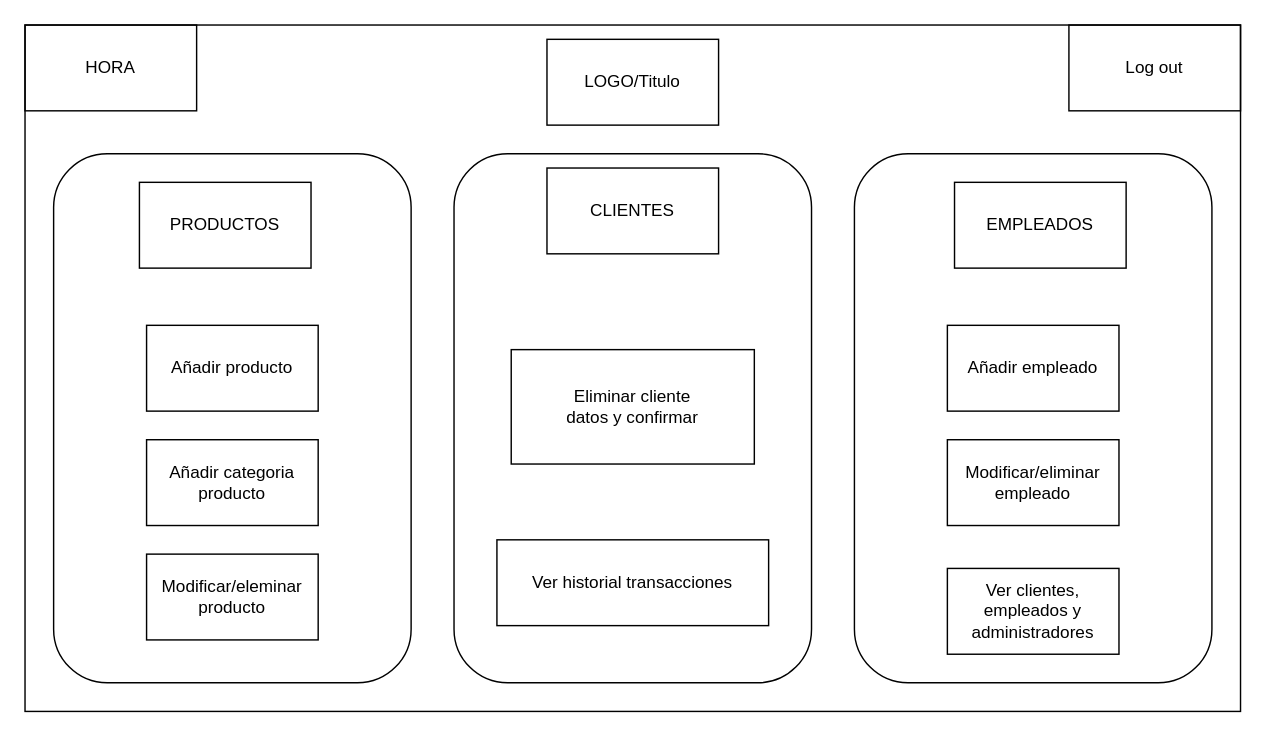
Above: page "StaffMenu" (4 of 5) of docs/UI_UX.drawio in Universidad-Europea/PharmSquare (draw.io), before the change. Source tidied: cells renumbered, new cells numbered last; positions are measured from the earlier drawing's top-left corner, leaving out a move shared by most shapes. Both pictures are drawn from the tidied source at 143%, with x=0, y=0 at pixel (24, 24).
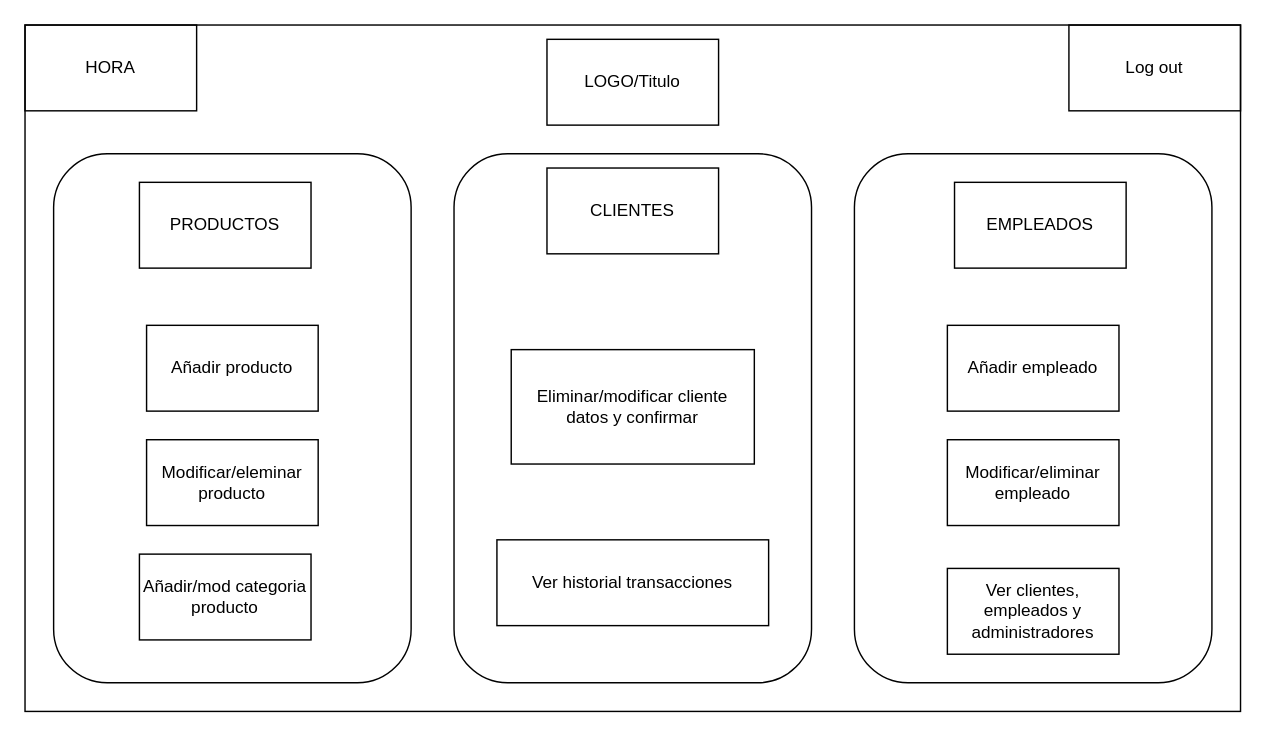
The same diagram, later.

Commit message (it also covers changes not shown here):
product backlog updated

What changed in the source:
```diff
@@
 <mxGraphModel>
   <root>
     <mxCell id="0" />
     <mxCell id="1" parent="0" />
     <mxCell id="2" style="rounded=1;whiteSpace=wrap;html=1;fillColor=none;" parent="1" vertex="1">
       <mxGeometry x="580" y="90" width="250" height="370" as="geometry" />
     </mxCell>
     <mxCell id="3" style="rounded=0;whiteSpace=wrap;html=1;fillColor=none;" parent="1" vertex="1">
       <mxGeometry width="850" height="480" as="geometry" />
     </mxCell>
     <mxCell id="4" style="rounded=1;whiteSpace=wrap;html=1;fillColor=none;" parent="1" vertex="1">
       <mxGeometry x="20" y="90" width="250" height="370" as="geometry" />
     </mxCell>
     <mxCell id="5" style="rounded=1;whiteSpace=wrap;html=1;fillColor=none;" parent="1" vertex="1">
       <mxGeometry x="300" y="90" width="250" height="370" as="geometry" />
     </mxCell>
     <mxCell id="6" value="Log out" style="rounded=0;whiteSpace=wrap;html=1;fillColor=none;" parent="1" vertex="1">
       <mxGeometry x="730" width="120" height="60" as="geometry" />
     </mxCell>
-    <mxCell id="7" value="Eliminar cliente&lt;br&gt;datos y confirmar" style="rounded=0;whiteSpace=wrap;html=1;fillColor=none;" parent="1" vertex="1">
+    <mxCell id="7" value="Eliminar/modificar cliente&lt;br&gt;datos y confirmar" style="rounded=0;whiteSpace=wrap;html=1;fillColor=none;" parent="1" vertex="1">
       <mxGeometry x="340" y="227" width="170" height="80" as="geometry" />
     </mxCell>
     <mxCell id="8" value="LOGO/Titulo" style="rounded=0;whiteSpace=wrap;html=1;fillColor=none;" parent="1" vertex="1">
       <mxGeometry x="365" y="10" width="120" height="60" as="geometry" />
     </mxCell>
     <mxCell id="9" value="HORA" style="rounded=0;whiteSpace=wrap;html=1;fillColor=none;" parent="1" vertex="1">
       <mxGeometry width="120" height="60" as="geometry" />
     </mxCell>
     <mxCell id="10" value="Añadir producto" style="rounded=0;whiteSpace=wrap;html=1;fillColor=none;" parent="1" vertex="1">
       <mxGeometry x="85" y="210" width="120" height="60" as="geometry" />
     </mxCell>
-    <mxCell id="11" value="Añadir categoria&lt;br&gt;producto" style="rounded=0;whiteSpace=wrap;html=1;fillColor=none;" parent="1" vertex="1">
-      <mxGeometry x="85" y="290" width="120" height="60" as="geometry" />
+    <mxCell id="11" value="Añadir/mod categoria&lt;br&gt;producto" style="rounded=0;whiteSpace=wrap;html=1;fillColor=none;" parent="1" vertex="1">
+      <mxGeometry x="80" y="370" width="120" height="60" as="geometry" />
     </mxCell>
     <mxCell id="12" value="Modificar/eliminar empleado" style="rounded=0;whiteSpace=wrap;html=1;fillColor=none;" parent="1" vertex="1">
       <mxGeometry x="645" y="290" width="120" height="60" as="geometry" />
     </mxCell>
     <mxCell id="13" value="Ver historial transacciones" style="rounded=0;whiteSpace=wrap;html=1;fillColor=none;" parent="1" vertex="1">
       <mxGeometry x="330" y="360" width="190" height="60" as="geometry" />
     </mxCell>
     <mxCell id="14" value="Ver clientes, empleados y administradores" style="rounded=0;whiteSpace=wrap;html=1;fillColor=none;" parent="1" vertex="1">
       <mxGeometry x="645" y="380" width="120" height="60" as="geometry" />
     </mxCell>
     <mxCell id="15" value="Modificar/eleminar producto" style="rounded=0;whiteSpace=wrap;html=1;fillColor=none;" parent="1" vertex="1">
-      <mxGeometry x="85" y="370" width="120" height="60" as="geometry" />
+      <mxGeometry x="85" y="290" width="120" height="60" as="geometry" />
     </mxCell>
     <mxCell id="16" value="Añadir empleado" style="rounded=0;whiteSpace=wrap;html=1;fillColor=none;" parent="1" vertex="1">
       <mxGeometry x="645" y="210" width="120" height="60" as="geometry" />
     </mxCell>
     <mxCell id="17" value="EMPLEADOS" style="rounded=0;whiteSpace=wrap;html=1;fillColor=none;" parent="1" vertex="1">
       <mxGeometry x="650" y="110" width="120" height="60" as="geometry" />
     </mxCell>
     <mxCell id="18" value="PRODUCTOS" style="rounded=0;whiteSpace=wrap;html=1;fillColor=none;" parent="1" vertex="1">
       <mxGeometry x="80" y="110" width="120" height="60" as="geometry" />
     </mxCell>
     <mxCell id="19" value="CLIENTES" style="rounded=0;whiteSpace=wrap;html=1;fillColor=none;" parent="1" vertex="1">
       <mxGeometry x="365" y="100" width="120" height="60" as="geometry" />
     </mxCell>
   </root>
 </mxGraphModel>
```
